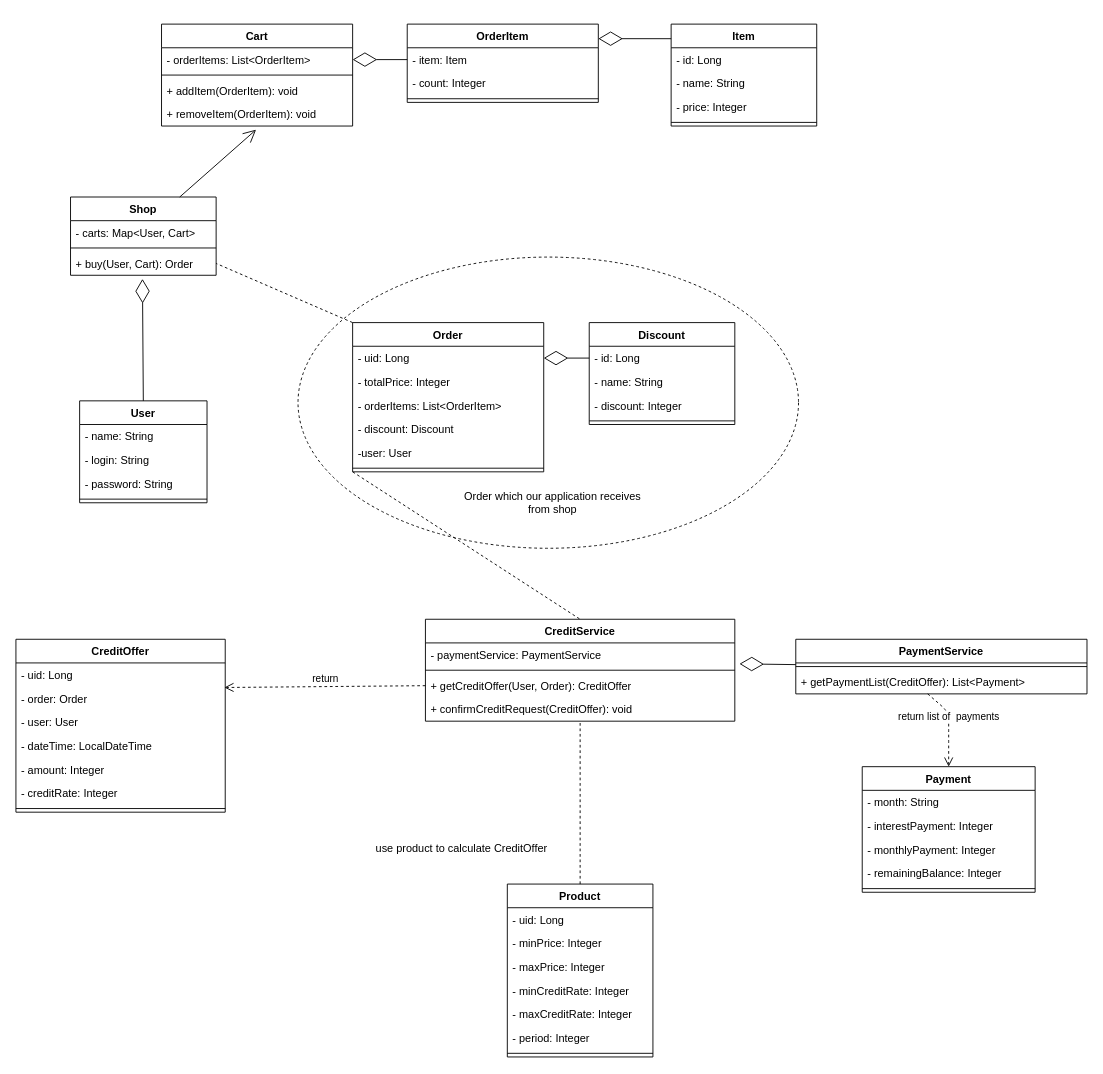
Vitalkamart/creditor keeps this draw.io diagram as page "Page-2" (2 of 3) of general_schema.drawio. Above is the earlier version. Source tidied: cells renumbered, new cells numbered last; positions are measured from the earlier drawing's top-left corner, leaving out a move shared by most shapes. Both pictures are drawn from the tidied source at 91%, with x=0, y=0 at pixel (15, 24).
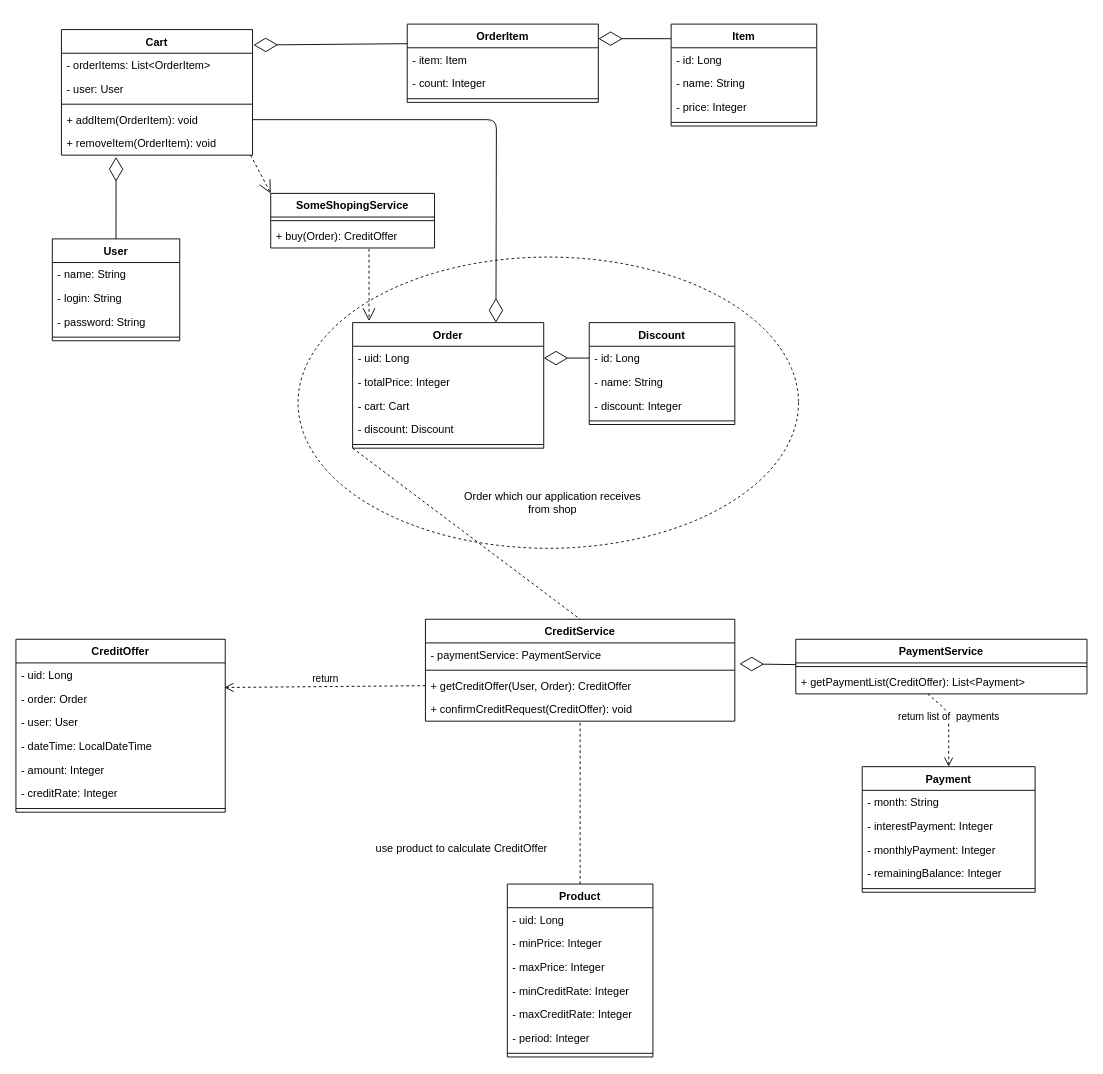
The same page after the edit.

Unchanged cells that the change refers to:
```xml
<mxCell id="23" value="OrderItem" style="swimlane;fontStyle=1;align=center;verticalAlign=top;horizontal=1;startSize=26;" parent="1" vertex="1">
  <mxGeometry x="430" width="210" height="86" as="geometry" />
</mxCell>
<mxCell id="24" value="- item: Item" style="text;strokeColor=none;fillColor=none;align=left;verticalAlign=top;spacingLeft=4;spacingRight=4;overflow=hidden;points=[[0,0.5],[1,0.5]];portConstraint=eastwest;" parent="23" vertex="1">
  <mxGeometry y="26" width="210" height="26" as="geometry" />
</mxCell>
<mxCell id="41" value="- orderItems: List&lt;OrderItem&gt;" style="text;strokeColor=none;fillColor=none;align=left;verticalAlign=top;spacingLeft=4;spacingRight=4;overflow=hidden;points=[[0,0.5],[1,0.5]];portConstraint=eastwest;" parent="40" vertex="1">
  <mxGeometry y="26" width="210" height="26" as="geometry" />
</mxCell>
```

Change to the diagram source:
```diff
@@
     <mxCell id="3" value="User" style="swimlane;fontStyle=1;align=center;verticalAlign=top;horizontal=1;startSize=26;" parent="1" vertex="1">
-      <mxGeometry x="70" y="414" width="140" height="112" as="geometry" />
+      <mxGeometry x="40" y="236" width="140" height="112" as="geometry" />
     </mxCell>
@@
     <mxCell id="16" value="Order" style="swimlane;fontStyle=1;align=center;verticalAlign=top;horizontal=1;startSize=26;" parent="1" vertex="1">
-      <mxGeometry x="370" y="328" width="210" height="164" as="geometry" />
+      <mxGeometry x="370" y="328" width="210" height="138" as="geometry" />
     </mxCell>
@@
-    <mxCell id="19" value="- orderItems: List&lt;OrderItem&gt;" style="text;strokeColor=none;fillColor=none;align=left;verticalAlign=top;spacingLeft=4;spacingRight=4;overflow=hidden;" parent="16" vertex="1">
+    <mxCell id="19" value="- cart: Cart" style="text;strokeColor=none;fillColor=none;align=left;verticalAlign=top;spacingLeft=4;spacingRight=4;overflow=hidden;" parent="16" vertex="1">
       <mxGeometry y="78" width="210" height="26" as="geometry" />
     </mxCell>
@@
-    <mxCell id="21" value="-user: User" style="text;strokeColor=none;fillColor=none;align=left;verticalAlign=top;spacingLeft=4;spacingRight=4;overflow=hidden;" parent="16" vertex="1">
-      <mxGeometry y="130" width="210" height="26" as="geometry" />
-    </mxCell>
     <mxCell id="22" style="line;strokeWidth=1;fillColor=none;align=left;verticalAlign=middle;spacingTop=-1;spacingLeft=3;spacingRight=3;labelPosition=right;" parent="16" vertex="1">
-      <mxGeometry y="156" width="210" height="8" as="geometry" />
+      <mxGeometry y="130" width="210" height="8" as="geometry" />
     </mxCell>
@@
     <mxCell id="40" value="Cart" style="swimlane;fontStyle=1;align=center;verticalAlign=top;horizontal=1;startSize=26;" parent="1" vertex="1">
-      <mxGeometry x="160" width="210" height="112" as="geometry" />
+      <mxGeometry x="50" y="6" width="210" height="138" as="geometry" />
     </mxCell>
@@
+    <mxCell id="81" value="- user: User" style="text;strokeColor=none;fillColor=none;align=left;verticalAlign=top;spacingLeft=4;spacingRight=4;overflow=hidden;" parent="40" vertex="1">
+      <mxGeometry y="52" width="210" height="26" as="geometry" />
+    </mxCell>
     <mxCell id="42" style="line;strokeWidth=1;fillColor=none;align=left;verticalAlign=middle;spacingTop=-1;spacingLeft=3;spacingRight=3;labelPosition=right;" parent="40" vertex="1">
-      <mxGeometry y="52" width="210" height="8" as="geometry" />
+      <mxGeometry y="78" width="210" height="8" as="geometry" />
     </mxCell>
     <mxCell id="43" value="+ addItem(OrderItem): void" style="text;strokeColor=none;fillColor=none;align=left;verticalAlign=top;spacingLeft=4;spacingRight=4;overflow=hidden;points=[[0,0.5],[1,0.5]];portConstraint=eastwest;" parent="40" vertex="1">
-      <mxGeometry y="60" width="210" height="26" as="geometry" />
+      <mxGeometry y="86" width="210" height="26" as="geometry" />
     </mxCell>
     <mxCell id="44" value="+ removeItem(OrderItem): void" style="text;strokeColor=none;fillColor=none;align=left;verticalAlign=top;spacingLeft=4;spacingRight=4;overflow=hidden;points=[[0,0.5],[1,0.5]];portConstraint=eastwest;" parent="40" vertex="1">
-      <mxGeometry y="86" width="210" height="26" as="geometry" />
+      <mxGeometry y="112" width="210" height="26" as="geometry" />
     </mxCell>
@@
-    <mxCell id="59" style="endArrow=diamondThin;endFill=0;endSize=24;html=1;entryX=1;entryY=0.5;entryDx=0;entryDy=0;exitX=0;exitY=0.5;exitDx=0;exitDy=0;" parent="1" edge="1" source="24" target="41">
-      <mxGeometry relative="1" as="geometry" />
-    </mxCell>
-    <mxCell id="60" value="Shop" style="swimlane;fontStyle=1;align=center;verticalAlign=top;horizontal=1;startSize=26;" parent="1" vertex="1">
-      <mxGeometry x="60" y="190" width="160" height="86" as="geometry" />
-    </mxCell>
-    <mxCell id="61" value="- carts: Map&lt;User, Cart&gt;" style="text;strokeColor=none;fillColor=none;align=left;verticalAlign=top;spacingLeft=4;spacingRight=4;overflow=hidden;" parent="60" vertex="1">
-      <mxGeometry y="26" width="160" height="26" as="geometry" />
-    </mxCell>
-    <mxCell id="62" style="line;strokeWidth=1;fillColor=none;align=left;verticalAlign=middle;spacingTop=-1;spacingLeft=3;spacingRight=3;labelPosition=right;" parent="60" vertex="1">
-      <mxGeometry y="52" width="160" height="8" as="geometry" />
-    </mxCell>
-    <mxCell id="63" value="+ buy(User, Cart): Order" style="text;strokeColor=none;fillColor=none;align=left;verticalAlign=top;spacingLeft=4;spacingRight=4;overflow=hidden;points=[[0,0.5],[1,0.5]];portConstraint=eastwest;" parent="60" vertex="1">
-      <mxGeometry y="60" width="160" height="26" as="geometry" />
-    </mxCell>
-    <mxCell id="64" style="endArrow=diamondThin;endFill=0;endSize=24;html=1;exitX=0.5;exitY=0;exitDx=0;exitDy=0;entryX=0.494;entryY=1.154;entryDx=0;entryDy=0;entryPerimeter=0;" parent="1" edge="1" source="3" target="63">
+    <mxCell id="64" style="endArrow=diamondThin;endFill=0;endSize=24;html=1;exitX=0.5;exitY=0;exitDx=0;exitDy=0;entryX=0.286;entryY=1.077;entryDx=0;entryDy=0;entryPerimeter=0;" parent="1" edge="1" source="3" target="44">
       <mxGeometry relative="1" as="geometry" />
     </mxCell>
-    <mxCell id="65" style="endArrow=open;endFill=1;endSize=12;html=1;entryX=0.495;entryY=1.154;entryDx=0;entryDy=0;entryPerimeter=0;exitX=0.75;exitY=0;exitDx=0;exitDy=0;" parent="1" edge="1" source="60" target="44">
-      <mxGeometry relative="1" as="geometry" />
-    </mxCell>
@@
-    <mxCell id="68" style="endArrow=none;dashed=1;html=1;entryX=1;entryY=0.5;entryDx=0;entryDy=0;exitX=0;exitY=0;exitDx=0;exitDy=0;" parent="1" edge="1" source="16" target="63">
-      <mxGeometry relative="1" as="geometry" />
-    </mxCell>
@@
+    <mxCell id="82" style="endArrow=diamondThin;endFill=0;endSize=24;html=1;exitX=0;exitY=0.25;exitDx=0;exitDy=0;entryX=1.005;entryY=0.123;entryDx=0;entryDy=0;entryPerimeter=0;" parent="1" edge="1" source="23" target="40">
+      <mxGeometry relative="1" as="geometry" />
+    </mxCell>
+    <mxCell id="83" value="SomeShopingService" style="swimlane;fontStyle=1;align=center;verticalAlign=top;horizontal=1;startSize=26;" parent="1" vertex="1">
+      <mxGeometry x="280" y="186" width="180" height="60" as="geometry" />
+    </mxCell>
+    <mxCell id="84" style="line;strokeWidth=1;fillColor=none;align=left;verticalAlign=middle;spacingTop=-1;spacingLeft=3;spacingRight=3;labelPosition=right;" parent="83" vertex="1">
+      <mxGeometry y="26" width="180" height="8" as="geometry" />
+    </mxCell>
+    <mxCell id="85" value="+ buy(Order): CreditOffer" style="text;strokeColor=none;fillColor=none;align=left;verticalAlign=top;spacingLeft=4;spacingRight=4;overflow=hidden;points=[[0,0.5],[1,0.5]];portConstraint=eastwest;" parent="83" vertex="1">
+      <mxGeometry y="34" width="180" height="26" as="geometry" />
+    </mxCell>
+    <mxCell id="86" style="endArrow=open;endFill=1;endSize=12;html=1;exitX=0.99;exitY=1;exitDx=0;exitDy=0;exitPerimeter=0;entryX=0;entryY=0;entryDx=0;entryDy=0;dashed=1;" parent="1" edge="1" source="44" target="83">
+      <mxGeometry relative="1" as="geometry" />
+    </mxCell>
+    <mxCell id="87" style="endArrow=open;endFill=1;endSize=12;html=1;dashed=1;exitX=0.6;exitY=1.038;exitDx=0;exitDy=0;exitPerimeter=0;entryX=0.086;entryY=-0.012;entryDx=0;entryDy=0;entryPerimeter=0;" parent="1" edge="1" source="85" target="16">
+      <mxGeometry relative="1" as="geometry" />
+    </mxCell>
+    <mxCell id="88" style="endArrow=diamondThin;endFill=0;endSize=24;html=1;exitX=1;exitY=0.5;exitDx=0;exitDy=0;entryX=0.75;entryY=0;entryDx=0;entryDy=0;" parent="1" edge="1" source="43" target="16">
+      <mxGeometry relative="1" as="geometry">
+        <Array as="points">
+          <mxPoint x="528" y="105" />
+        </Array>
+      </mxGeometry>
+    </mxCell>
```
